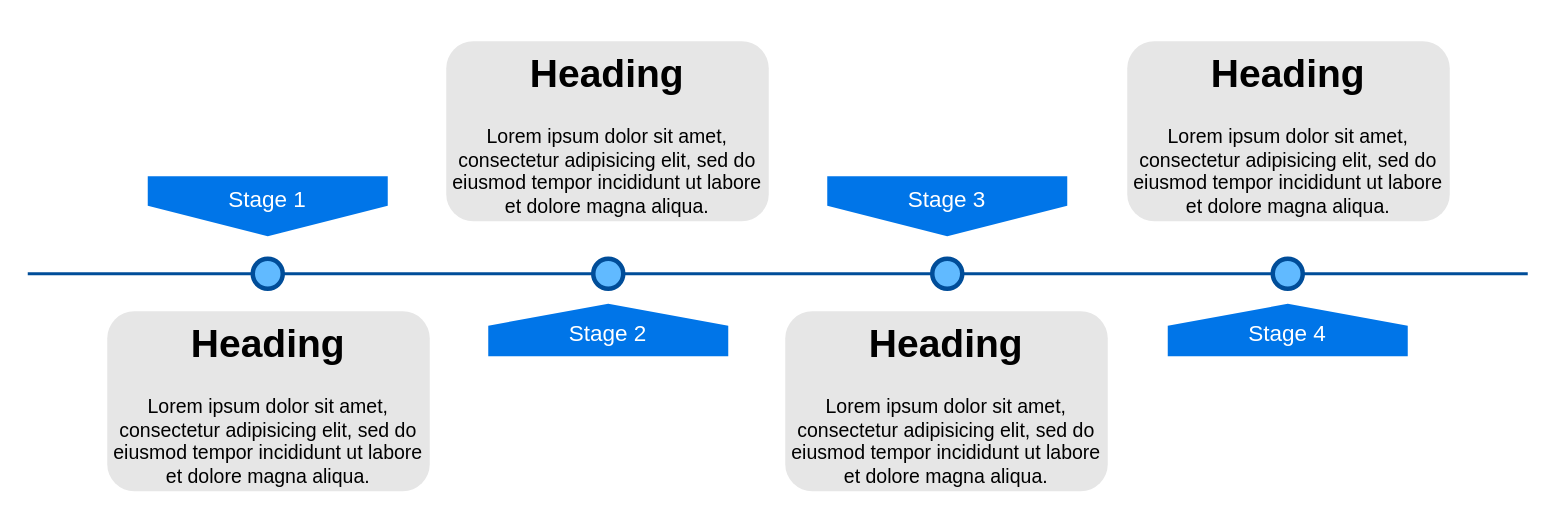
This is oas_Diagram.drawio from feiwsteven/cython, a draw.io file, before an edit. Source tidied: cells renumbered, new cells numbered last; positions are measured from the earlier drawing's top-left corner, leaving out a move shared by most shapes. Both pictures are drawn from the tidied source at 150%, with x=0, y=0 at pixel (27, 40).
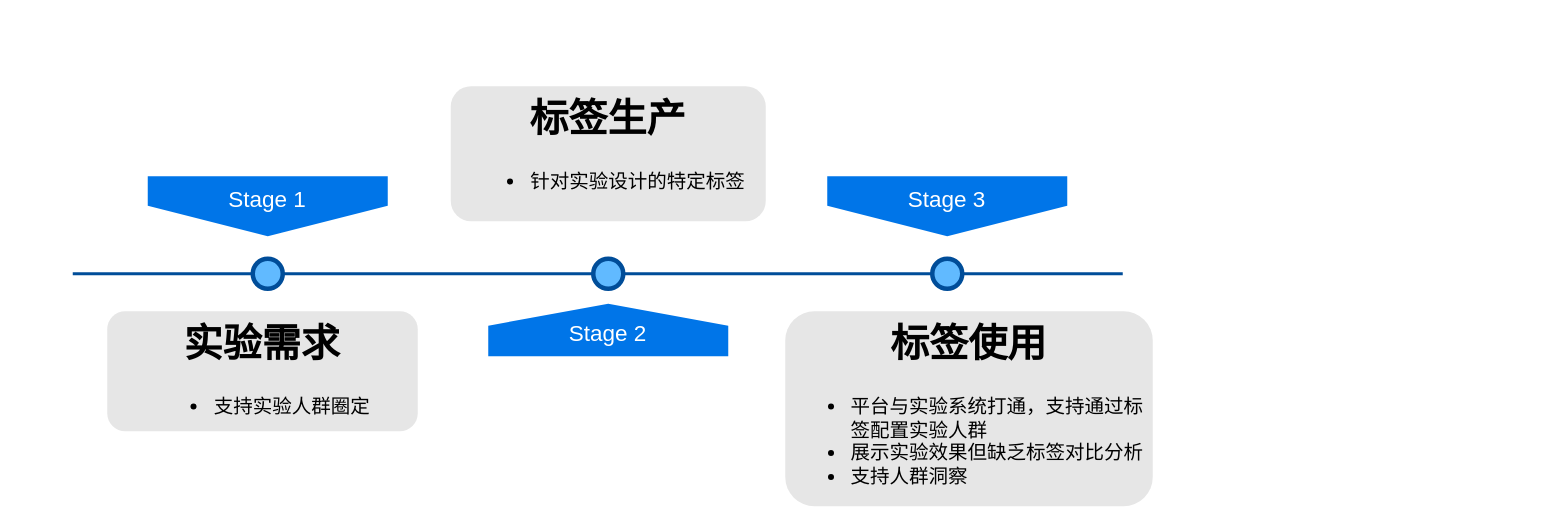
Above is the later version.

What changed in the source:
```diff
@@
 <mxGraphModel>
   <root>
     <mxCell id="0" />
     <mxCell id="1" parent="0" />
     <mxCell id="2" style="line;strokeWidth=2;html=1;fillColor=none;fontSize=28;fontColor=#004D99;strokeColor=#004D99;" parent="1" vertex="1">
-      <mxGeometry y="150" width="1000" height="10" as="geometry" />
+      <mxGeometry x="30" y="150" width="700" height="10" as="geometry" />
     </mxCell>
     <mxCell id="3" value="Stage 1" style="shape=offPageConnector;whiteSpace=wrap;html=1;fillColor=#0075E8;fontSize=15;fontColor=#FFFFFF;size=0.5093750000000015;verticalAlign=top;strokeColor=none;" parent="1" vertex="1">
       <mxGeometry x="80" y="90" width="160" height="40" as="geometry" />
     </mxCell>
     <mxCell id="4" value="&lt;span&gt;Stage 3&lt;/span&gt;" style="shape=offPageConnector;whiteSpace=wrap;html=1;fillColor=#0075E8;fontSize=15;fontColor=#FFFFFF;size=0.5093750000000015;verticalAlign=top;strokeColor=none;" parent="1" vertex="1">
       <mxGeometry x="533" y="90" width="160" height="40" as="geometry" />
     </mxCell>
     <mxCell id="5" value="&lt;span&gt;Stage 2&lt;/span&gt;" style="shape=offPageConnector;whiteSpace=wrap;html=1;fillColor=#0075E8;fontSize=15;fontColor=#FFFFFF;size=0.4178571428571445;flipV=1;verticalAlign=bottom;strokeColor=none;spacingBottom=4;" parent="1" vertex="1">
       <mxGeometry x="307" y="175" width="160" height="35" as="geometry" />
     </mxCell>
-    <mxCell id="6" value="&lt;span&gt;Stage 4&lt;/span&gt;" style="shape=offPageConnector;whiteSpace=wrap;html=1;fillColor=#0075E8;fontSize=15;fontColor=#FFFFFF;size=0.4178571428571445;flipV=1;verticalAlign=bottom;strokeColor=none;spacingBottom=4;" parent="1" vertex="1">
-      <mxGeometry x="760" y="175" width="160" height="35" as="geometry" />
-    </mxCell>
     <mxCell id="7" style="ellipse;whiteSpace=wrap;html=1;fillColor=#61BAFF;fontSize=28;fontColor=#004D99;strokeWidth=3;strokeColor=#004D99;" parent="1" vertex="1">
       <mxGeometry x="150" y="145" width="20" height="20" as="geometry" />
     </mxCell>
     <mxCell id="8" style="ellipse;whiteSpace=wrap;html=1;fillColor=#61BAFF;fontSize=28;fontColor=#004D99;strokeWidth=3;strokeColor=#004D99;" parent="1" vertex="1">
       <mxGeometry x="377" y="145" width="20" height="20" as="geometry" />
     </mxCell>
     <mxCell id="9" style="ellipse;whiteSpace=wrap;html=1;fillColor=#61BAFF;fontSize=28;fontColor=#004D99;strokeWidth=3;strokeColor=#004D99;" parent="1" vertex="1">
       <mxGeometry x="603" y="145" width="20" height="20" as="geometry" />
     </mxCell>
-    <mxCell id="10" style="ellipse;whiteSpace=wrap;html=1;fillColor=#61BAFF;fontSize=28;fontColor=#004D99;strokeWidth=3;strokeColor=#004D99;" parent="1" vertex="1">
-      <mxGeometry x="830" y="145" width="20" height="20" as="geometry" />
-    </mxCell>
-    <mxCell id="11" value="&lt;h1&gt;Heading&lt;/h1&gt;&lt;p&gt;Lorem ipsum dolor sit amet, consectetur adipisicing elit, sed do eiusmod tempor incididunt ut labore et dolore magna aliqua.&lt;/p&gt;" style="text;html=1;spacing=5;spacingTop=-20;whiteSpace=wrap;overflow=hidden;strokeColor=none;strokeWidth=3;fillColor=#E6E6E6;fontSize=13;fontColor=#000000;align=center;rounded=1;" parent="1" vertex="1">
-      <mxGeometry x="53" y="180" width="215" height="120" as="geometry" />
+    <mxCell id="11" value="&lt;h1&gt;实验需求&lt;/h1&gt;&lt;p&gt;&lt;div style=&quot;text-align: left&quot;&gt;&lt;ul&gt;&lt;li&gt;支持实验人群圈定&lt;br&gt;&lt;/li&gt;&lt;/ul&gt;&lt;/div&gt;&lt;/p&gt;" style="text;html=1;spacing=5;spacingTop=-20;whiteSpace=wrap;overflow=hidden;strokeColor=none;strokeWidth=3;fillColor=#E6E6E6;fontSize=13;fontColor=#000000;align=center;rounded=1;" parent="1" vertex="1">
+      <mxGeometry x="53" y="180" width="207" height="80" as="geometry" />
     </mxCell>
-    <mxCell id="12" value="&lt;h1&gt;Heading&lt;/h1&gt;&lt;p&gt;Lorem ipsum dolor sit amet, consectetur adipisicing elit, sed do eiusmod tempor incididunt ut labore et dolore magna aliqua.&lt;/p&gt;" style="text;html=1;spacing=5;spacingTop=-20;whiteSpace=wrap;overflow=hidden;strokeColor=none;strokeWidth=3;fillColor=#E6E6E6;fontSize=13;fontColor=#000000;align=center;rounded=1;" parent="1" vertex="1">
-      <mxGeometry x="279" width="215" height="120" as="geometry" />
+    <mxCell id="12" value="&lt;h1&gt;标签生产&lt;/h1&gt;&lt;p&gt;&lt;ul&gt;&lt;li&gt;&lt;div&gt;&lt;div&gt;&lt;div style=&quot;text-align: left&quot;&gt;针对实验设计的特定标签&lt;/div&gt;&lt;/div&gt;&lt;/div&gt;&lt;/li&gt;&lt;/ul&gt;&lt;/p&gt;" style="text;html=1;spacing=5;spacingTop=-20;whiteSpace=wrap;overflow=hidden;strokeColor=none;strokeWidth=3;fillColor=#E6E6E6;fontSize=13;fontColor=#000000;align=center;rounded=1;" parent="1" vertex="1">
+      <mxGeometry x="282" y="30" width="210" height="90" as="geometry" />
     </mxCell>
-    <mxCell id="13" value="&lt;h1&gt;Heading&lt;/h1&gt;&lt;p&gt;Lorem ipsum dolor sit amet, consectetur adipisicing elit, sed do eiusmod tempor incididunt ut labore et dolore magna aliqua.&lt;/p&gt;" style="text;html=1;spacing=5;spacingTop=-20;whiteSpace=wrap;overflow=hidden;strokeColor=none;strokeWidth=3;fillColor=#E6E6E6;fontSize=13;fontColor=#000000;align=center;rounded=1;" parent="1" vertex="1">
-      <mxGeometry x="505" y="180" width="215" height="120" as="geometry" />
+    <mxCell id="13" value="&lt;h1&gt;标签使用&lt;/h1&gt;&lt;p style=&quot;text-align: left&quot;&gt;&lt;/p&gt;&lt;ul&gt;&lt;li style=&quot;text-align: left&quot;&gt;平台与实验系统打通，支持通过标签配置实验人群&lt;br&gt;&lt;/li&gt;&lt;li style=&quot;text-align: left&quot;&gt;展示实验效果但缺乏标签对比分析&lt;br&gt;&lt;/li&gt;&lt;li style=&quot;text-align: left&quot;&gt;支持人群洞察&lt;br&gt;&lt;/li&gt;&lt;/ul&gt;&lt;p&gt;&lt;/p&gt;&lt;p&gt;&lt;br&gt;&lt;/p&gt;" style="text;html=1;spacing=5;spacingTop=-20;whiteSpace=wrap;overflow=hidden;strokeColor=none;strokeWidth=3;fillColor=#E6E6E6;fontSize=13;fontColor=#000000;align=center;rounded=1;" parent="1" vertex="1">
+      <mxGeometry x="505" y="180" width="245" height="130" as="geometry" />
     </mxCell>
-    <mxCell id="14" value="&lt;h1&gt;Heading&lt;/h1&gt;&lt;p&gt;Lorem ipsum dolor sit amet, consectetur adipisicing elit, sed do eiusmod tempor incididunt ut labore et dolore magna aliqua.&lt;/p&gt;" style="text;html=1;spacing=5;spacingTop=-20;whiteSpace=wrap;overflow=hidden;strokeColor=none;strokeWidth=3;fillColor=#E6E6E6;fontSize=13;fontColor=#000000;align=center;rounded=1;" parent="1" vertex="1">
-      <mxGeometry x="733" width="215" height="120" as="geometry" />
-    </mxCell>
   </root>
 </mxGraphModel>
```
